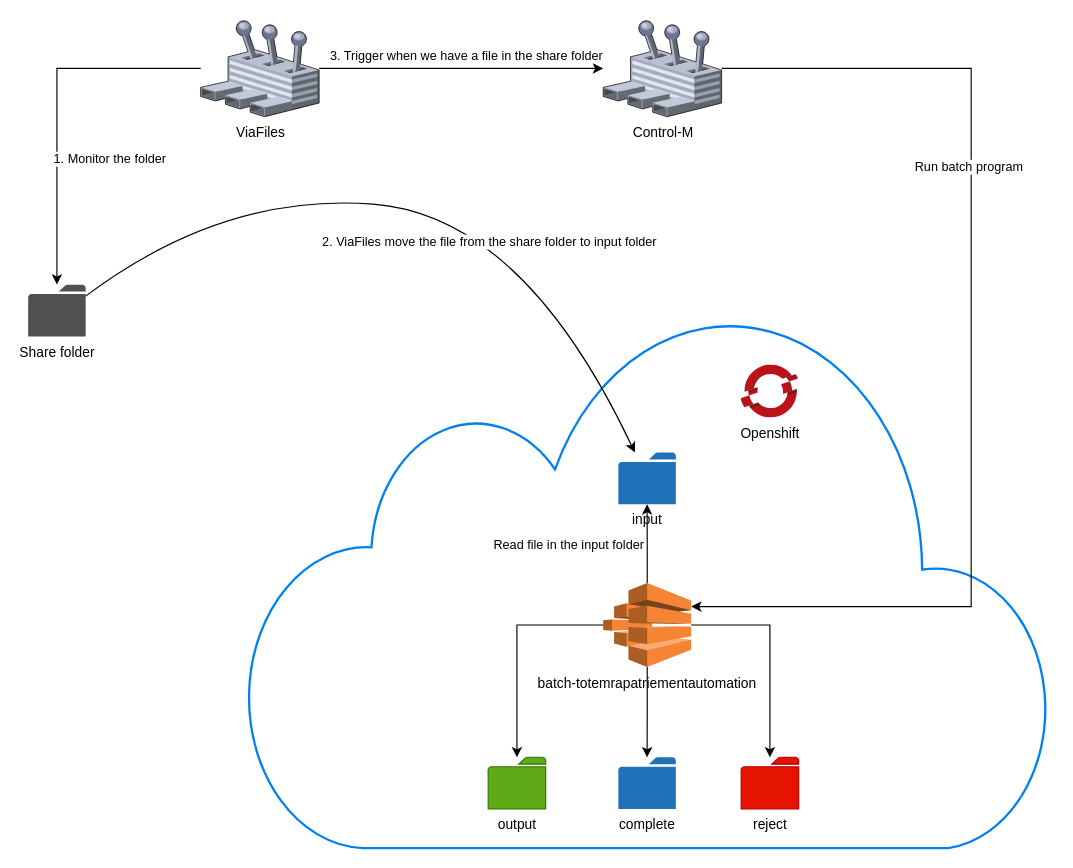
Before: src/main/resources/batch-process.drawio in wittakarn/batch-totem, a draw.io diagram. Source tidied: cells renumbered, new cells numbered last; positions are measured from the earlier drawing's top-left corner, leaving out a move shared by most shapes. Both pictures are drawn from the tidied source at 115%, with x=0, y=0 at pixel (28, 20).
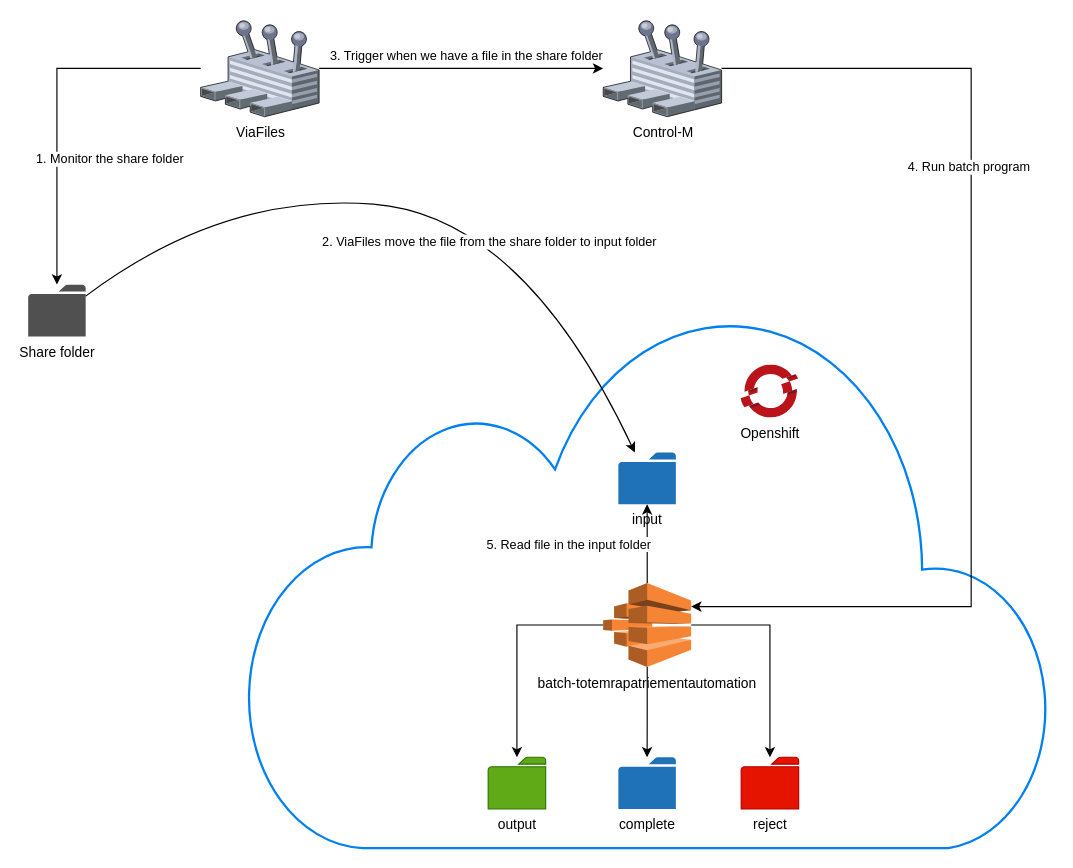
After the change.

The change refers to these unchanged cells:
```xml
<mxCell id="8" value="batch-totemrapatriementautomation" style="outlineConnect=0;dashed=0;verticalLabelPosition=bottom;verticalAlign=top;align=center;html=1;shape=mxgraph.aws3.batch;fillColor=#F58534;gradientColor=none;" parent="1" vertex="1">
  <mxGeometry x="500" y="489.5" width="76.5" height="73" as="geometry" />
</mxCell>
<mxCell id="9" value="input" style="shadow=0;dashed=0;html=1;strokeColor=none;labelPosition=center;verticalLabelPosition=bottom;verticalAlign=top;outlineConnect=0;align=center;shape=mxgraph.office.concepts.folder;fillColor=#2072B8;" parent="1" vertex="1">
  <mxGeometry x="513.2" y="376" width="50" height="45" as="geometry" />
</mxCell>
<mxCell id="14" style="edgeStyle=orthogonalEdgeStyle;rounded=0;jettySize=auto;html=1;fontColor=#000000;" parent="1" edge="1" source="18" target="10">
  <mxGeometry relative="1" as="geometry" />
</mxCell>
<mxCell id="19" style="edgeStyle=orthogonalEdgeStyle;rounded=0;jettySize=auto;html=1;fontColor=#000000;" parent="1" edge="1" source="21" target="8">
  <mxGeometry relative="1" as="geometry">
    <Array as="points">
      <mxPoint x="820" y="42" />
      <mxPoint x="820" y="510" />
    </Array>
  </mxGeometry>
</mxCell>
```

The edit, as a diff of the source:
```diff
@@
-    <mxCell id="7" value="Read file in the input folder" style="edgeStyle=orthogonalEdgeStyle;rounded=0;jettySize=auto;html=1;fontColor=#000000;" parent="1" edge="1" source="8" target="9">
+    <mxCell id="7" value="5. Read file in the input folder" style="edgeStyle=orthogonalEdgeStyle;rounded=0;jettySize=auto;html=1;fontColor=#000000;" parent="1" edge="1" source="8" target="9">
       <mxGeometry y="68" relative="1" as="geometry" />
     </mxCell>
@@
-    <mxCell id="15" value="1. Monitor the folder" style="edgeLabel;html=1;align=center;verticalAlign=middle;fontColor=#000000;" parent="14" vertex="1">
+    <mxCell id="15" value="1. Monitor the share folder" style="edgeLabel;html=1;align=center;verticalAlign=middle;fontColor=#000000;" parent="14" vertex="1">
       <mxGeometry x="-0.28" relative="1" as="geometry">
         <mxPoint x="33" y="78" as="offset" />
       </mxGeometry>
     </mxCell>
@@
-    <mxCell id="20" value="Run batch program" style="edgeLabel;html=1;align=center;verticalAlign=middle;fontColor=#000000;" parent="19" vertex="1">
+    <mxCell id="20" value="4. Run batch program" style="edgeLabel;html=1;align=center;verticalAlign=middle;fontColor=#000000;" parent="19" vertex="1">
       <mxGeometry x="-0.35" y="-3" relative="1" as="geometry" />
     </mxCell>
```
